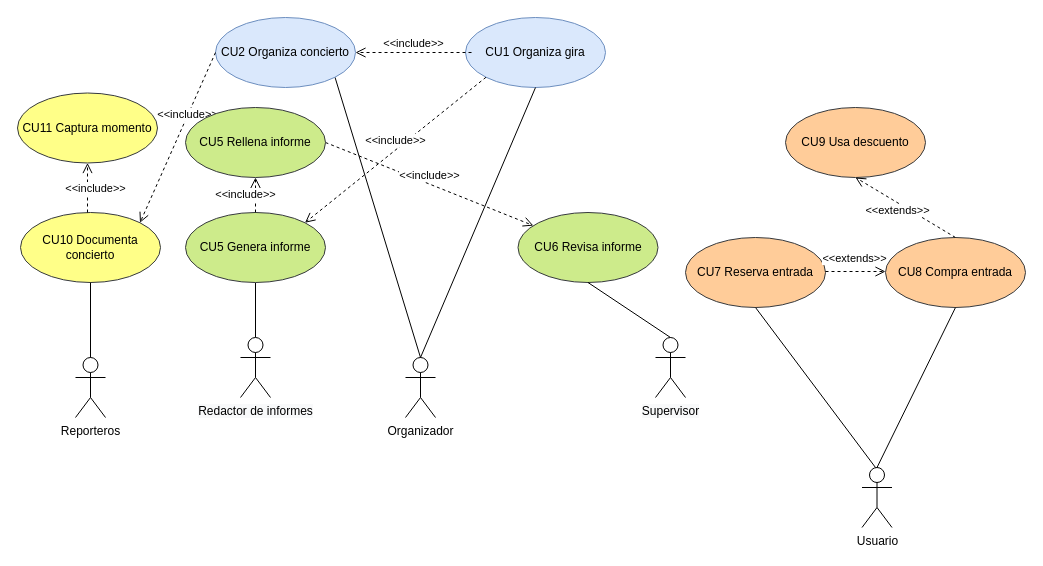
Earlier version of the draw.io diagram Casos de uso.drawio (Lusaka12/AgenciaConciertos). Source tidied: cells renumbered, new cells numbered last; positions are measured from the earlier drawing's top-left corner, leaving out a move shared by most shapes. Both pictures are drawn from the tidied source at 100%, with x=0, y=0 at pixel (17, 17).
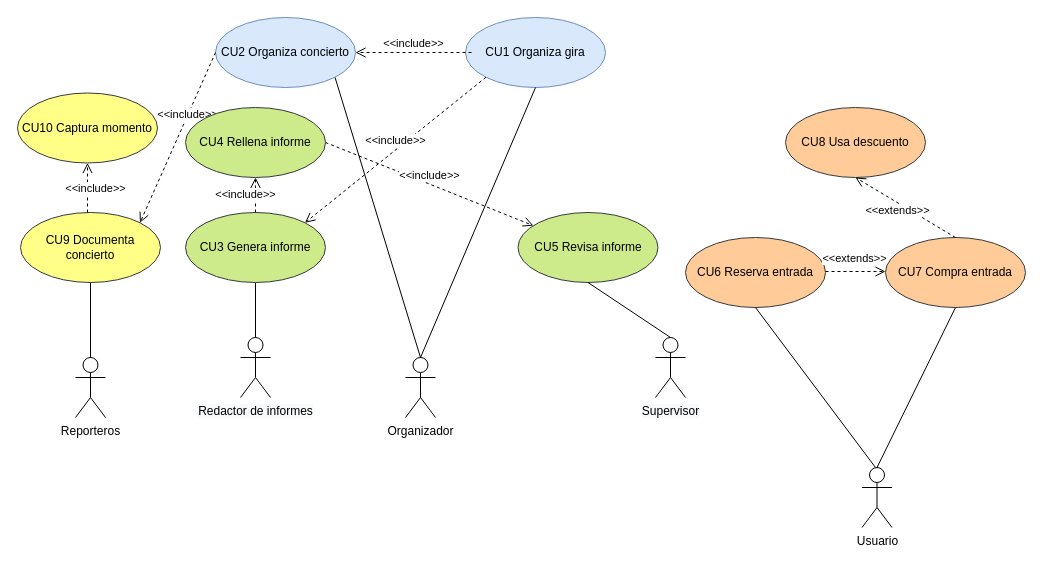
The same page after the edit.

What changed in the source:
```diff
@@
-    <mxCell id="9" value="CU5 Genera informe" style="ellipse;whiteSpace=wrap;html=1;fillColor=#cdeb8b;strokeColor=#36393d;" parent="1" vertex="1">
+    <mxCell id="9" value="CU3 Genera informe" style="ellipse;whiteSpace=wrap;html=1;fillColor=#cdeb8b;strokeColor=#36393d;" parent="1" vertex="1">
       <mxGeometry x="168" y="195" width="140" height="70" as="geometry" />
     </mxCell>
-    <mxCell id="10" value="CU6 Revisa informe" style="ellipse;whiteSpace=wrap;html=1;fillColor=#cdeb8b;strokeColor=#36393d;" parent="1" vertex="1">
+    <mxCell id="10" value="CU5 Revisa informe" style="ellipse;whiteSpace=wrap;html=1;fillColor=#cdeb8b;strokeColor=#36393d;" parent="1" vertex="1">
       <mxGeometry x="500.5" y="195" width="140" height="70" as="geometry" />
     </mxCell>
@@
-    <mxCell id="12" value="CU8 Compra entrada" style="ellipse;whiteSpace=wrap;html=1;fillColor=#ffcc99;strokeColor=#36393d;" parent="1" vertex="1">
+    <mxCell id="12" value="CU7 Compra entrada" style="ellipse;whiteSpace=wrap;html=1;fillColor=#ffcc99;strokeColor=#36393d;" parent="1" vertex="1">
       <mxGeometry x="868" y="220" width="140" height="70" as="geometry" />
     </mxCell>
@@
-    <mxCell id="14" value="CU10 Documenta concierto" style="ellipse;whiteSpace=wrap;html=1;fillColor=#ffff88;strokeColor=#36393d;" parent="1" vertex="1">
+    <mxCell id="14" value="CU9 Documenta concierto" style="ellipse;whiteSpace=wrap;html=1;fillColor=#ffff88;strokeColor=#36393d;" parent="1" vertex="1">
       <mxGeometry x="3" y="195" width="140" height="70" as="geometry" />
     </mxCell>
@@
-    <mxCell id="18" value="CU11 Captura momento" style="ellipse;whiteSpace=wrap;html=1;fillColor=#ffff88;strokeColor=#36393d;" parent="1" vertex="1">
+    <mxCell id="18" value="CU10 Captura momento" style="ellipse;whiteSpace=wrap;html=1;fillColor=#ffff88;strokeColor=#36393d;" parent="1" vertex="1">
       <mxGeometry y="75.5" width="140" height="70" as="geometry" />
     </mxCell>
@@
-    <mxCell id="24" value="CU7 Reserva entrada" style="ellipse;whiteSpace=wrap;html=1;fillColor=#ffcc99;strokeColor=#36393d;" parent="1" vertex="1">
+    <mxCell id="24" value="CU6 Reserva entrada" style="ellipse;whiteSpace=wrap;html=1;fillColor=#ffcc99;strokeColor=#36393d;" parent="1" vertex="1">
       <mxGeometry x="668" y="220" width="140" height="70" as="geometry" />
     </mxCell>
@@
-    <mxCell id="28" value="CU9 Usa descuento" style="ellipse;whiteSpace=wrap;html=1;fillColor=#ffcc99;strokeColor=#36393d;" parent="1" vertex="1">
+    <mxCell id="28" value="CU8 Usa descuento" style="ellipse;whiteSpace=wrap;html=1;fillColor=#ffcc99;strokeColor=#36393d;" parent="1" vertex="1">
       <mxGeometry x="768" y="90" width="140" height="70" as="geometry" />
     </mxCell>
@@
-    <mxCell id="30" value="CU5 Rellena informe" style="ellipse;whiteSpace=wrap;html=1;fillColor=#cdeb8b;strokeColor=#36393d;" parent="1" vertex="1">
+    <mxCell id="30" value="CU4 Rellena informe" style="ellipse;whiteSpace=wrap;html=1;fillColor=#cdeb8b;strokeColor=#36393d;" parent="1" vertex="1">
       <mxGeometry x="168" y="90" width="140" height="70" as="geometry" />
     </mxCell>
```
